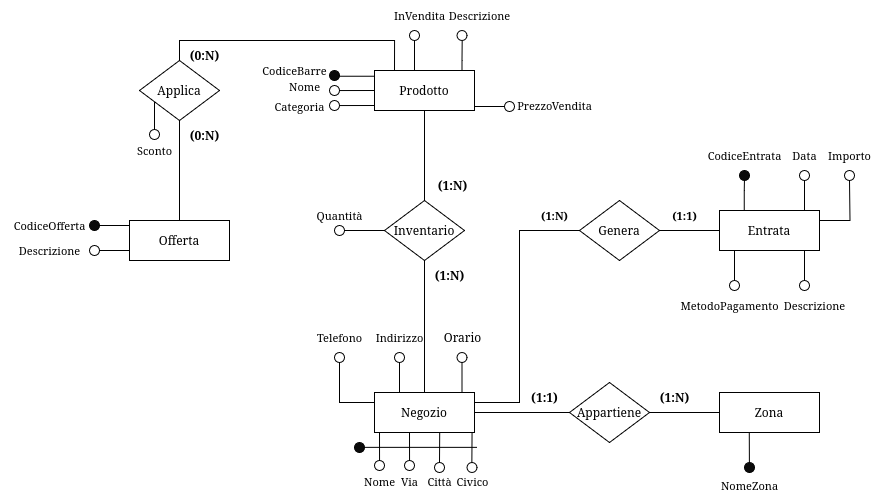
IonutZbir/ProgettoDatabase keeps this draw.io diagram as fase_due/images/rifinitura_negozio.png. Above is the earlier version. Source tidied: cells renumbered, new cells last; positions are measured from the earlier drawing's top-left corner, leaving out a move shared by most shapes.
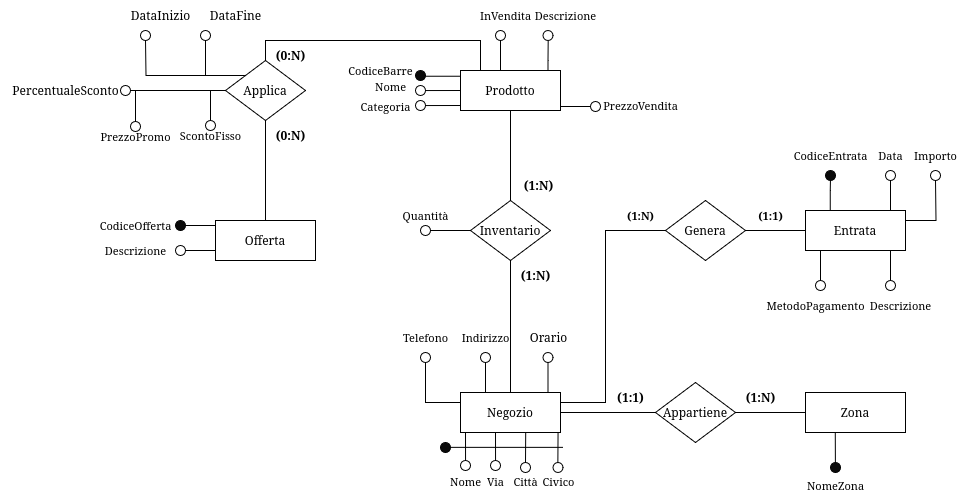
The same diagram one commit later.

What changed in the source:
```diff
@@ -40,10 +40,9 @@
         </Array>
       </mxGeometry>
     </mxCell>
-    <mxCell id="10" style="edgeStyle=none;shape=connector;rounded=0;orthogonalLoop=1;jettySize=auto;html=1;exitX=0.75;exitY=1;exitDx=0;exitDy=0;strokeColor=default;align=center;verticalAlign=middle;fontFamily=Helvetica;fontSize=11;fontColor=default;labelBackgroundColor=default;endArrow=none;" parent="1" edge="1">
+    <mxCell id="10" style="edgeStyle=none;shape=connector;rounded=0;jettySize=auto;html=1;exitX=0.75;exitY=1;exitDx=0;exitDy=0;strokeColor=default;align=center;verticalAlign=middle;fontFamily=Helvetica;fontSize=11;fontColor=default;labelBackgroundColor=default;endArrow=none;curved=1;entryX=0.5;entryY=0;entryDx=0;entryDy=0;" parent="1" edge="1" target="34">
       <mxGeometry relative="1" as="geometry">
-        <mxPoint x="155" y="101" as="sourcePoint" />
-        <mxPoint x="155" y="129" as="targetPoint" />
+        <mxPoint x="125" y="90" as="sourcePoint" />
       </mxGeometry>
     </mxCell>
     <mxCell id="11" value="Offerta" style="whiteSpace=wrap;html=1;align=center;" parent="1" vertex="1">
@@ -70,6 +69,19 @@
     <mxCell id="15" value="(1:N)" style="text;html=1;align=center;verticalAlign=middle;strokeColor=none;fillColor=none;fontStyle=1;" parent="1" vertex="1">
       <mxGeometry x="427.5" y="170" width="50" height="30" as="geometry" />
     </mxCell>
+    <mxCell id="100" style="edgeStyle=orthogonalEdgeStyle;rounded=0;jettySize=auto;html=1;exitX=0;exitY=0.5;exitDx=0;exitDy=0;endArrow=none;startFill=0;entryX=1;entryY=0.5;entryDx=0;entryDy=0;" parent="1" edge="1" source="16" target="103">
+      <mxGeometry relative="1" as="geometry" />
+    </mxCell>
+    <mxCell id="101" style="edgeStyle=orthogonalEdgeStyle;rounded=0;jettySize=auto;html=1;exitX=0;exitY=0;exitDx=0;exitDy=0;endArrow=none;startFill=0;" parent="1" edge="1" source="16">
+      <mxGeometry relative="1" as="geometry">
+        <mxPoint x="120" y="40" as="targetPoint" />
+      </mxGeometry>
+    </mxCell>
+    <mxCell id="102" style="edgeStyle=orthogonalEdgeStyle;rounded=0;jettySize=auto;html=1;exitX=0;exitY=0;exitDx=0;exitDy=0;endArrow=none;startFill=0;" parent="1" edge="1" source="16">
+      <mxGeometry relative="1" as="geometry">
+        <mxPoint x="60" y="40" as="targetPoint" />
+      </mxGeometry>
+    </mxCell>
     <mxCell id="16" value="Applica" style="shape=rhombus;perimeter=rhombusPerimeter;whiteSpace=wrap;html=1;align=center;" parent="1" vertex="1">
       <mxGeometry x="140" y="60" width="80" height="60" as="geometry" />
     </mxCell>
@@ -114,8 +126,8 @@
     <mxCell id="29" value="CodiceOfferta" style="text;html=1;align=center;verticalAlign=middle;strokeColor=none;fillColor=none;fontFamily=Helvetica;fontSize=11;fontColor=default;labelBackgroundColor=default;" parent="1" vertex="1">
       <mxGeometry y="210" width="100" height="30" as="geometry" />
     </mxCell>
-    <mxCell id="30" value="Sconto" style="text;html=1;align=center;verticalAlign=middle;strokeColor=none;fillColor=none;fontFamily=Helvetica;fontSize=11;fontColor=default;labelBackgroundColor=default;" parent="1" vertex="1">
-      <mxGeometry x="125" y="135" width="60" height="30" as="geometry" />
+    <mxCell id="30" value="ScontoFisso" style="text;html=1;align=center;verticalAlign=middle;strokeColor=none;fillColor=none;fontFamily=Helvetica;fontSize=11;fontColor=default;labelBackgroundColor=default;" parent="1" vertex="1">
+      <mxGeometry x="85" y="120" width="80" height="30" as="geometry" />
     </mxCell>
     <mxCell id="31" style="edgeStyle=none;shape=connector;rounded=0;orthogonalLoop=1;jettySize=auto;html=1;exitX=0;exitY=0.75;exitDx=0;exitDy=0;strokeColor=default;align=center;verticalAlign=middle;fontFamily=Helvetica;fontSize=11;fontColor=default;labelBackgroundColor=default;endArrow=none;" parent="1" edge="1">
       <mxGeometry relative="1" as="geometry">
@@ -130,7 +142,7 @@
       <mxGeometry x="10" y="235" width="80" height="30" as="geometry" />
     </mxCell>
     <mxCell id="34" style="ellipse;whiteSpace=wrap;html=1;fontFamily=Helvetica;fontSize=11;fontColor=default;labelBackgroundColor=default;fillColor=none;" parent="1" vertex="1">
-      <mxGeometry x="150" y="129" width="10" height="10" as="geometry" />
+      <mxGeometry x="120" y="120" width="10" height="10" as="geometry" />
     </mxCell>
     <mxCell id="35" style="endArrow=none;html=1;rounded=0;entryX=0.5;entryY=1;entryDx=0;entryDy=0;" parent="1" edge="1" target="37">
       <mxGeometry relative="1" as="geometry">
@@ -397,5 +409,34 @@
         <mxPoint x="477.5" y="446.9" as="targetPoint" />
       </mxGeometry>
     </mxCell>
+    <mxCell id="103" style="ellipse;whiteSpace=wrap;html=1;fontFamily=Helvetica;fontSize=11;fontColor=default;labelBackgroundColor=default;fillColor=none;" parent="1" vertex="1">
+      <mxGeometry x="35" y="85" width="10" height="10" as="geometry" />
+    </mxCell>
+    <mxCell id="104" value="DataInizio" style="text;html=1;align=center;verticalAlign=middle;strokeColor=none;fillColor=none;" parent="1" vertex="1">
+      <mxGeometry x="35" width="80" height="30" as="geometry" />
+    </mxCell>
+    <mxCell id="105" value="DataFine" style="text;html=1;align=center;verticalAlign=middle;strokeColor=none;fillColor=none;" parent="1" vertex="1">
+      <mxGeometry x="110" width="80" height="30" as="geometry" />
+    </mxCell>
+    <mxCell id="106" style="ellipse;whiteSpace=wrap;html=1;fontFamily=Helvetica;fontSize=11;fontColor=default;labelBackgroundColor=default;fillColor=none;" parent="1" vertex="1">
+      <mxGeometry x="115" y="30" width="10" height="10" as="geometry" />
+    </mxCell>
+    <mxCell id="107" style="ellipse;whiteSpace=wrap;html=1;fontFamily=Helvetica;fontSize=11;fontColor=default;labelBackgroundColor=default;fillColor=none;" parent="1" vertex="1">
+      <mxGeometry x="55" y="30" width="10" height="10" as="geometry" />
+    </mxCell>
+    <mxCell id="108" value="PercentualeSconto" style="text;html=1;align=center;verticalAlign=middle;strokeColor=none;fillColor=none;" parent="1" vertex="1">
+      <mxGeometry x="-85" y="75" width="130" height="30" as="geometry" />
+    </mxCell>
+    <mxCell id="109" style="edgeStyle=none;shape=connector;rounded=0;jettySize=auto;html=1;exitX=0.75;exitY=1;exitDx=0;exitDy=0;strokeColor=default;align=center;verticalAlign=middle;fontFamily=Helvetica;fontSize=11;fontColor=default;labelBackgroundColor=default;endArrow=none;curved=1;entryX=0.5;entryY=0;entryDx=0;entryDy=0;" parent="1" edge="1" target="111">
+      <mxGeometry relative="1" as="geometry">
+        <mxPoint x="50" y="91" as="sourcePoint" />
+      </mxGeometry>
+    </mxCell>
+    <mxCell id="110" value="PrezzoPromo" style="text;html=1;align=center;verticalAlign=middle;strokeColor=none;fillColor=none;fontFamily=Helvetica;fontSize=11;fontColor=default;labelBackgroundColor=default;" parent="1" vertex="1">
+      <mxGeometry x="5" y="121" width="90" height="30" as="geometry" />
+    </mxCell>
+    <mxCell id="111" style="ellipse;whiteSpace=wrap;html=1;fontFamily=Helvetica;fontSize=11;fontColor=default;labelBackgroundColor=default;fillColor=none;" parent="1" vertex="1">
+      <mxGeometry x="45" y="121" width="10" height="10" as="geometry" />
+    </mxCell>
   </root>
 </mxGraphModel>
```
